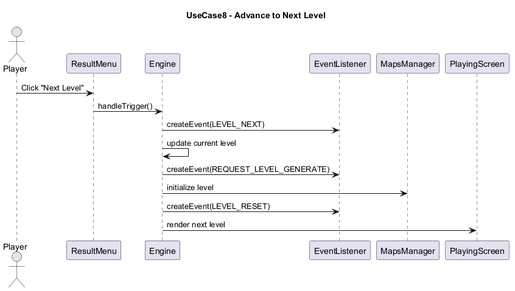
Earlier version of the PlantUML export docs/Diagrams/uc8.png (ChuzaWick420/FYP_AI_Based_Puzzle_Game).
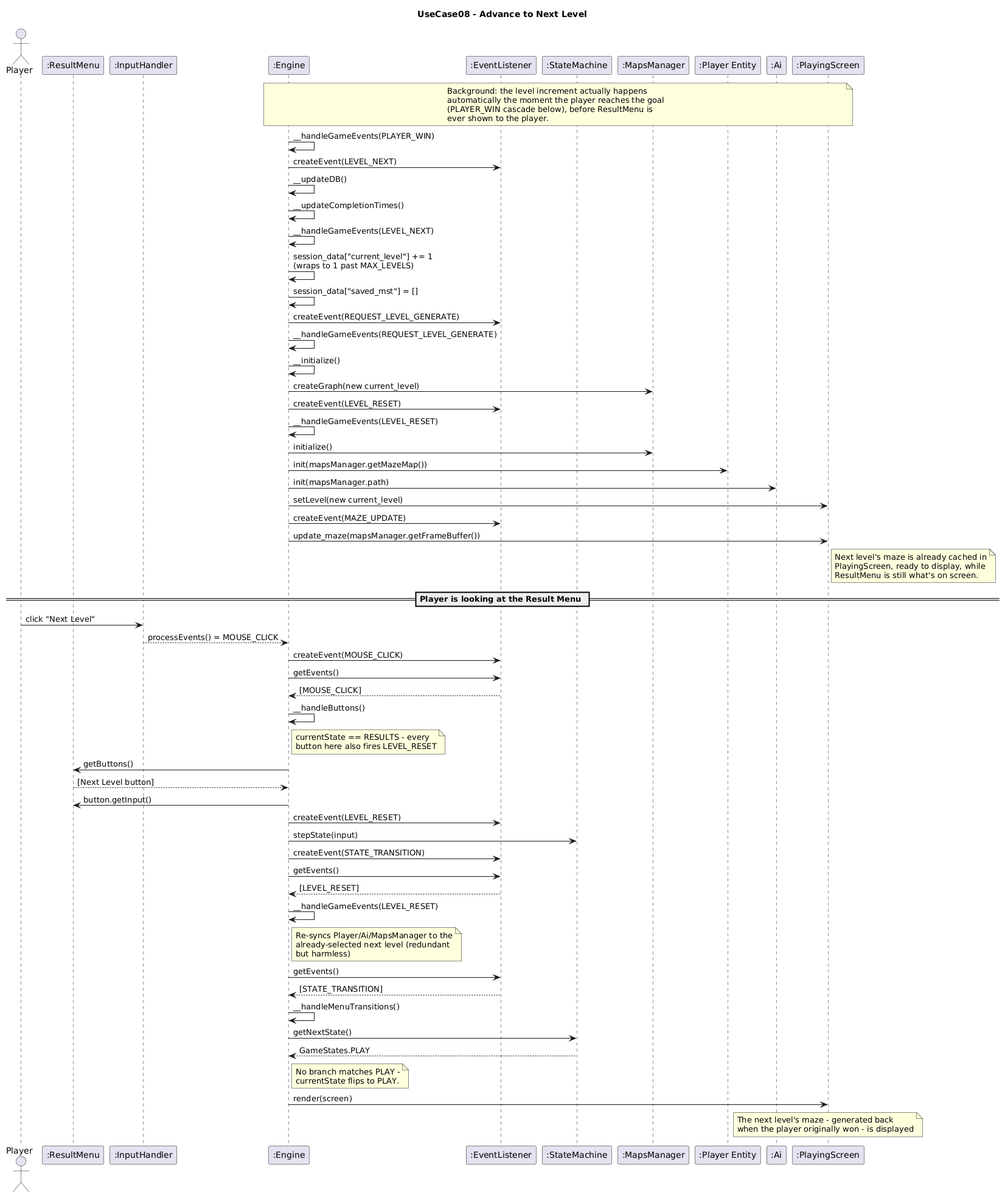
The same file after the commit.

What changed in the source:
```diff
@@ -1,26 +1,77 @@
 @startuml
-title UseCase8 - Advance to Next Level
+title UseCase08 - Advance to Next Level
 
 actor Player
+participant ":ResultMenu" as RM
+participant ":InputHandler" as IH
+participant ":Engine" as E
+participant ":EventListener" as EL
+participant ":StateMachine" as SM
+participant ":MapsManager" as MM
+participant ":Player Entity" as PE
+participant ":Ai" as AI
+participant ":PlayingScreen" as PS
 
-participant ResultMenu
-participant Engine
-participant EventListener
-participant MapsManager
-participant PlayingScreen
+note over E, PS
+  Background: the level increment actually happens
+  automatically the moment the player reaches the goal
+  (PLAYER_WIN cascade below), before ResultMenu is
+  ever shown to the player.
+end note
 
-Player -> ResultMenu : Click "Next Level"
+E -> E : __handleGameEvents(PLAYER_WIN)
+E -> EL : createEvent(LEVEL_NEXT)
+E -> E : __updateDB()
+E -> E : __updateCompletionTimes()
 
-ResultMenu -> Engine : handleTrigger()
+E -> E : __handleGameEvents(LEVEL_NEXT)
+E -> E : session_data["current_level"] += 1\n(wraps to 1 past MAX_LEVELS)
+E -> E : session_data["saved_mst"] = []
+E -> EL : createEvent(REQUEST_LEVEL_GENERATE)
 
-Engine -> EventListener : createEvent(LEVEL_NEXT)
+E -> E : __handleGameEvents(REQUEST_LEVEL_GENERATE)
+E -> E : __initialize()
+E -> MM : createGraph(new current_level)
+E -> EL : createEvent(LEVEL_RESET)
 
-Engine -> Engine : update current level
-Engine -> EventListener : createEvent(REQUEST_LEVEL_GENERATE)
+E -> E : __handleGameEvents(LEVEL_RESET)
+E -> MM : initialize()
+E -> PE : init(mapsManager.getMazeMap())
+E -> AI : init(mapsManager.path)
+E -> PS : setLevel(new current_level)
+E -> EL : createEvent(MAZE_UPDATE)
+E -> PS : update_maze(mapsManager.getFrameBuffer())
+note right of PS : Next level's maze is already cached in\nPlayingScreen, ready to display, while\nResultMenu is still what's on screen.
 
-Engine -> MapsManager : initialize level
-Engine -> EventListener : createEvent(LEVEL_RESET)
+== Player is looking at the Result Menu ==
 
-Engine -> PlayingScreen : render next level
+Player -> IH : click "Next Level"
+IH --> E : processEvents() = MOUSE_CLICK
+E -> EL : createEvent(MOUSE_CLICK)
 
+E -> EL : getEvents()
+EL --> E : [MOUSE_CLICK]
+E -> E : __handleButtons()
+note right of E : currentState == RESULTS - every\nbutton here also fires LEVEL_RESET
+E -> RM : getButtons()
+RM --> E : [Next Level button]
+E -> RM : button.getInput()
+E -> EL : createEvent(LEVEL_RESET)
+E -> SM : stepState(input)
+E -> EL : createEvent(STATE_TRANSITION)
+
+E -> EL : getEvents()
+EL --> E : [LEVEL_RESET]
+E -> E : __handleGameEvents(LEVEL_RESET)
+note right of E : Re-syncs Player/Ai/MapsManager to the\nalready-selected next level (redundant\nbut harmless)
+
+E -> EL : getEvents()
+EL --> E : [STATE_TRANSITION]
+E -> E : __handleMenuTransitions()
+E -> SM : getNextState()
+SM --> E : GameStates.PLAY
+note right of E : No branch matches PLAY -\ncurrentState flips to PLAY.
+
+E -> PS : render(screen)
+note over PS : The next level's maze - generated back\nwhen the player originally won - is displayed
 @enduml
```
